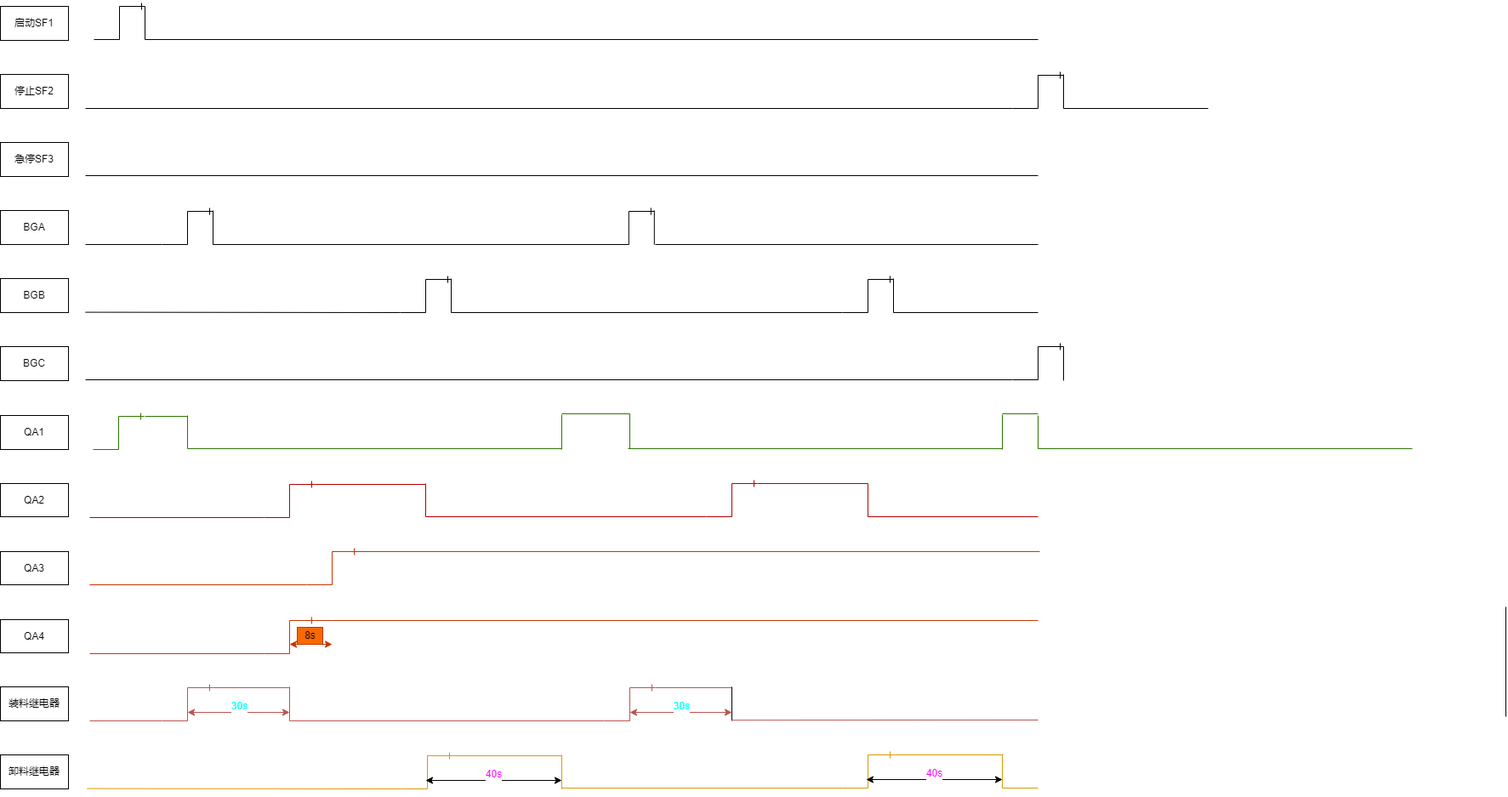
Before: timedia.drawio.png, a diagram exported from draw.io (mj-allk/mjalk). Source tidied: cells renumbered, new cells last; positions are measured from the earlier drawing's top-left corner, leaving out a move shared by most shapes.
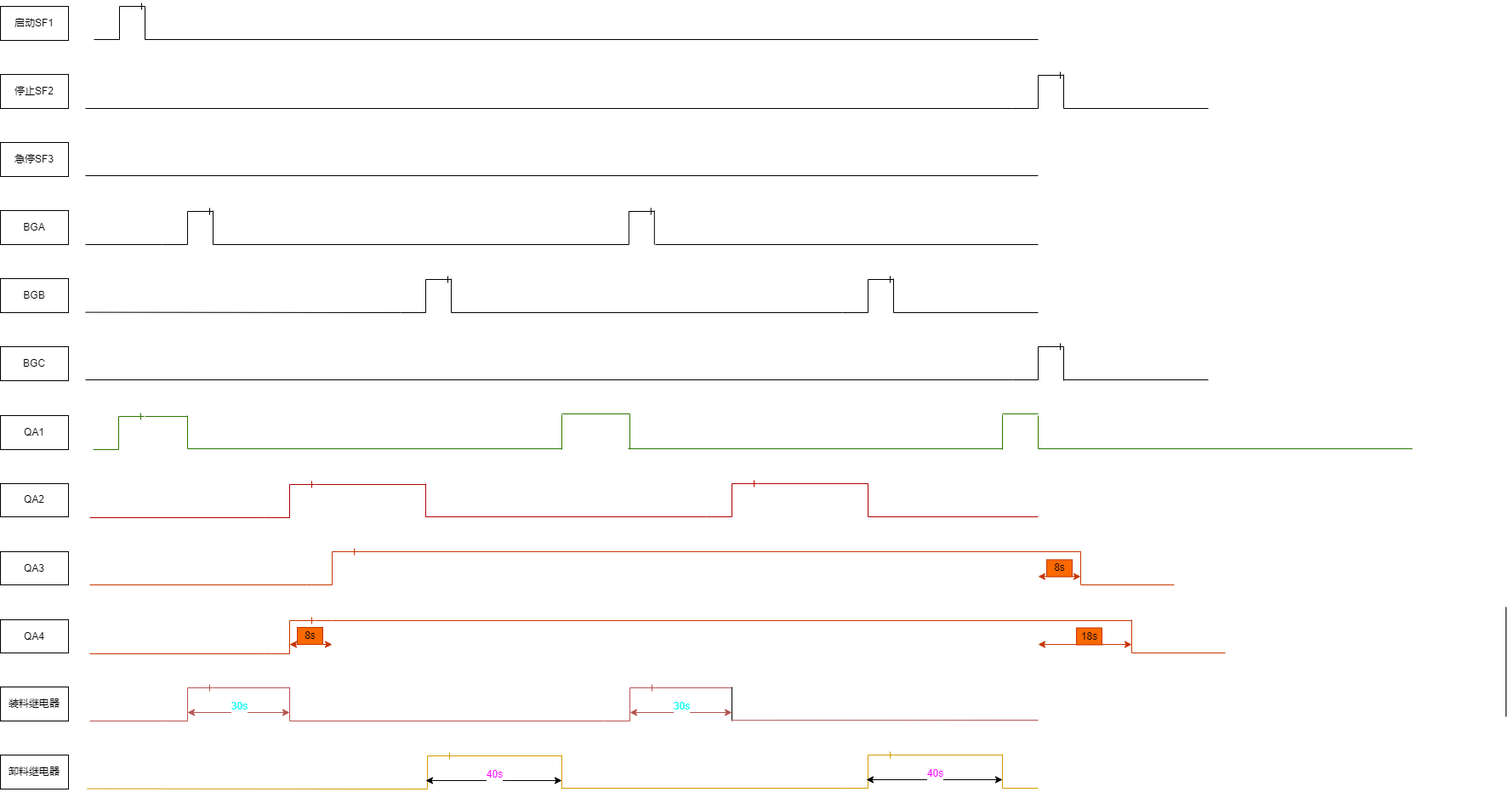
After the commit.

Diff of the diagram source:
```diff
@@ -196,13 +196,13 @@
     <mxCell id="43" style="endArrow=none;html=1;rounded=0;fontSize=12;fillColor=#fa6800;strokeColor=#C73500;" parent="1" edge="1">
       <mxGeometry relative="1" as="geometry">
         <mxPoint x="412" y="641" as="sourcePoint" />
-        <mxPoint x="1222" y="641" as="targetPoint" />
+        <mxPoint x="1270" y="641" as="targetPoint" />
       </mxGeometry>
     </mxCell>
     <mxCell id="44" style="endArrow=none;html=1;rounded=0;fontSize=12;fillColor=#fa6800;strokeColor=#C73500;" parent="1" edge="1">
       <mxGeometry relative="1" as="geometry">
         <mxPoint x="390" y="722" as="sourcePoint" />
-        <mxPoint x="1220" y="722" as="targetPoint" />
+        <mxPoint x="1330" y="722" as="targetPoint" />
       </mxGeometry>
     </mxCell>
     <mxCell id="45" style="edgeStyle=entityRelationEdgeStyle;fontSize=12;html=1;endArrow=ERone;endFill=1;rounded=0;" parent="1" edge="1">
@@ -457,5 +457,50 @@
     <mxCell id="95" style="line;strokeWidth=1;dashed=0;labelPosition=right;align=left;verticalAlign=middle;spacingTop=0;spacingLeft=6;fillColor=#60a917;strokeColor=#2D7600;fontColor=#ffffff;" parent="1" vertex="1">
       <mxGeometry x="1220" y="515" width="440" height="10" as="geometry" />
     </mxCell>
+    <mxCell id="96" style="endArrow=none;html=1;rounded=0;fillColor=#a20025;strokeColor=#C73500;" parent="1" edge="1">
+      <mxGeometry relative="1" as="geometry">
+        <mxPoint x="1270" y="679.7" as="sourcePoint" />
+        <mxPoint x="1270" y="640.7" as="targetPoint" />
+      </mxGeometry>
+    </mxCell>
+    <mxCell id="97" style="endArrow=classic;startArrow=classic;html=1;rounded=0;fontSize=18;fillColor=#fa6800;strokeColor=#C73500;" parent="1" edge="1">
+      <mxGeometry relative="1" as="geometry">
+        <mxPoint x="1220" y="670.1" as="sourcePoint" />
+        <mxPoint x="1270" y="670.1" as="targetPoint" />
+      </mxGeometry>
+    </mxCell>
+    <mxCell id="98" value="8s" style="text;html=1;align=center;verticalAlign=middle;strokeColor=#C73500;fillColor=#fa6800;fontSize=12;fontColor=#000000;" parent="1" vertex="1">
+      <mxGeometry x="1230" y="650.4" width="30" height="20" as="geometry" />
+    </mxCell>
+    <mxCell id="99" style="endArrow=none;html=1;rounded=0;fillColor=#a20025;strokeColor=#C73500;" parent="1" edge="1">
+      <mxGeometry relative="1" as="geometry">
+        <mxPoint x="1330" y="760" as="sourcePoint" />
+        <mxPoint x="1330" y="721" as="targetPoint" />
+      </mxGeometry>
+    </mxCell>
+    <mxCell id="100" style="endArrow=classic;startArrow=classic;html=1;rounded=0;fontSize=18;fillColor=#fa6800;strokeColor=#C73500;" parent="1" edge="1">
+      <mxGeometry relative="1" as="geometry">
+        <mxPoint x="1220" y="750" as="sourcePoint" />
+        <mxPoint x="1330" y="750" as="targetPoint" />
+      </mxGeometry>
+    </mxCell>
+    <mxCell id="101" value="18s" style="text;html=1;align=center;verticalAlign=middle;strokeColor=#C73500;fillColor=#fa6800;fontSize=12;fontColor=#000000;" parent="1" vertex="1">
+      <mxGeometry x="1265" y="730.5" width="30" height="20" as="geometry" />
+    </mxCell>
+    <mxCell id="102" style="endArrow=none;html=1;rounded=0;fillColor=#fa6800;strokeColor=#C73500;" parent="1" edge="1">
+      <mxGeometry relative="1" as="geometry">
+        <mxPoint x="1270" y="680" as="sourcePoint" />
+        <mxPoint x="1380" y="680" as="targetPoint" />
+      </mxGeometry>
+    </mxCell>
+    <mxCell id="103" style="endArrow=none;html=1;rounded=0;fillColor=#fa6800;strokeColor=#C73500;" parent="1" edge="1">
+      <mxGeometry relative="1" as="geometry">
+        <mxPoint x="1330" y="760" as="sourcePoint" />
+        <mxPoint x="1440" y="760" as="targetPoint" />
+      </mxGeometry>
+    </mxCell>
+    <mxCell id="104" style="line;strokeWidth=1;dashed=0;labelPosition=right;align=left;verticalAlign=middle;spacingTop=0;spacingLeft=6;" parent="1" vertex="1">
+      <mxGeometry x="1250" y="434" width="170" height="10" as="geometry" />
+    </mxCell>
   </root>
 </mxGraphModel>
```
